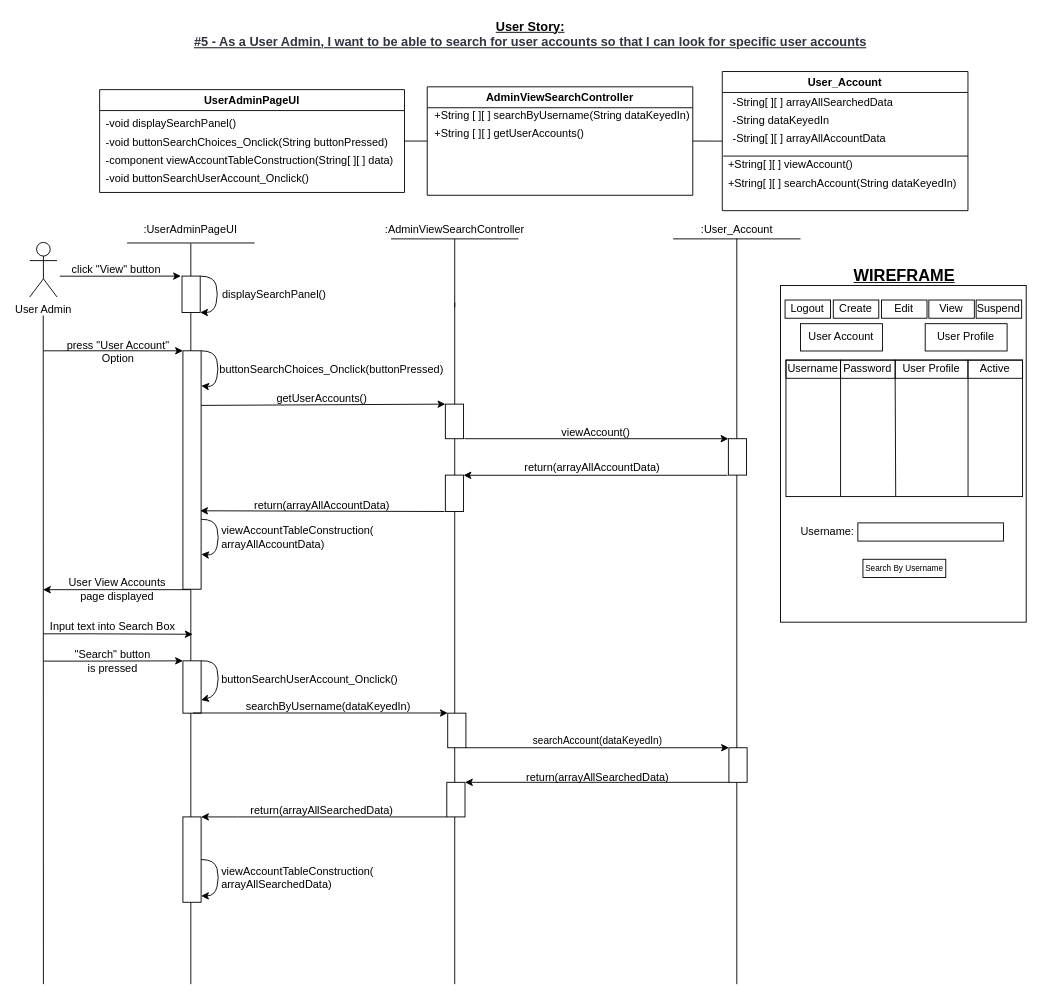
extred5700/JAVAGUI-Restaurant-Table-Order-System keeps this draw.io diagram as BCE_UML_and_Diagrams/UserAdmin/UserAdmin_ViewSearchAccount(#5&6)/UserStory#5_SearchAccount.drawio. Above is the earlier version. Source tidied: cells renumbered, new cells numbered last; positions are measured from the earlier drawing's top-left corner, leaving out a move shared by most shapes. Both pictures are drawn from the tidied source at 91%, with x=0, y=0 at pixel (29, 15).
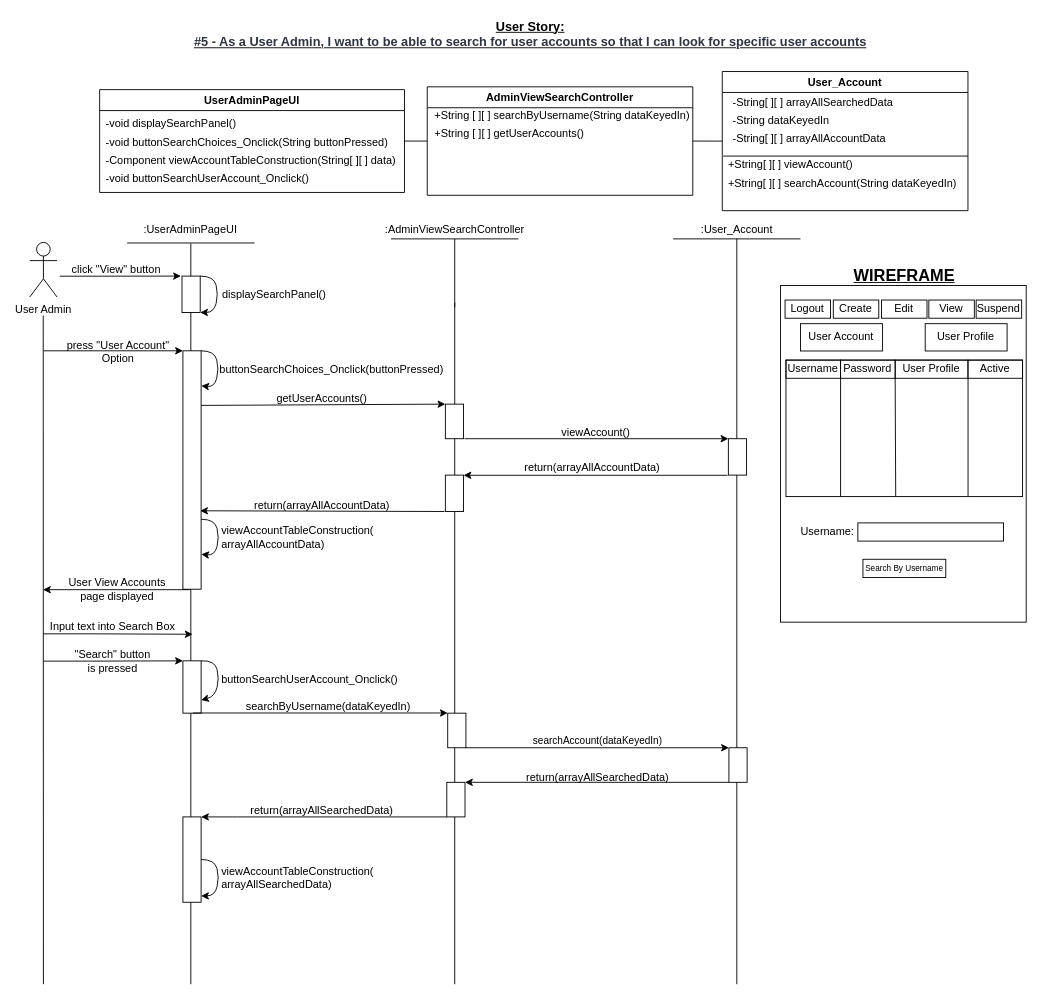
The same page after the edit.

Unchanged cells that the change refers to:
```xml
<mxCell id="5" value="UserAdminPageUI" style="swimlane;" parent="1" vertex="1">
  <mxGeometry x="77" y="81" width="335" height="113" as="geometry" />
</mxCell>
```

Change to the diagram source:
```diff
@@
-    <mxCell id="7" value="-component viewAccountTableConstruction(String[ ][ ] data)" style="text;html=1;align=left;verticalAlign=middle;strokeColor=none;fillColor=none;" parent="5" vertex="1">
+    <mxCell id="7" value="-Component viewAccountTableConstruction(String[ ][ ] data)" style="text;html=1;align=left;verticalAlign=middle;strokeColor=none;fillColor=none;" parent="5" vertex="1">
       <mxGeometry x="5" y="68" width="330" height="20" as="geometry" />
     </mxCell>
```
